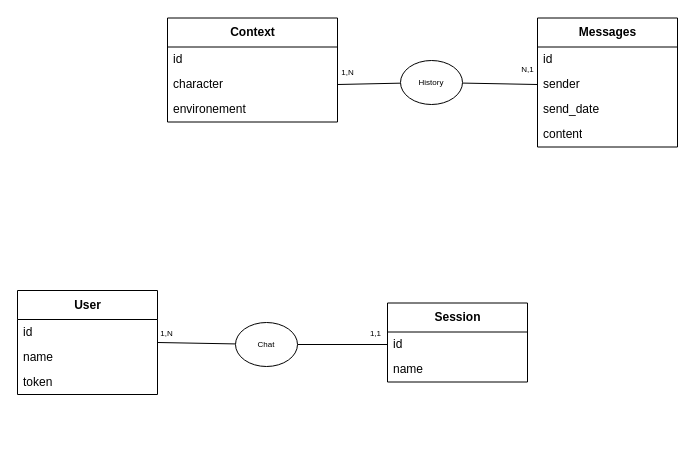
The draw.io diagram page "MCD" (4 of 4) of UseCase.drawio in TheoPasquier/Ai-Personnality-chatting, before the edit. Source tidied: cells renumbered, new cells numbered last; positions are measured from the earlier drawing's top-left corner, leaving out a move shared by most shapes. Both pictures are drawn from the tidied source at 100%, with x=0, y=0 at pixel (17, 18).
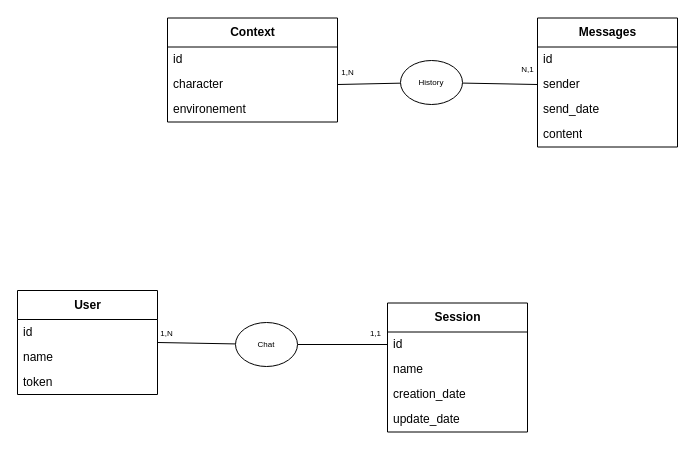
The same page after the edit.

Commit message:
Mettre à jour UseCase.drawio

What changed in the source:
```diff
@@
     <mxCell id="15" value="Session" style="swimlane;fontStyle=1;align=center;verticalAlign=middle;horizontal=1;startSize=29;html=1;" parent="1" vertex="1">
-      <mxGeometry x="370" y="284.5" width="140" height="79" as="geometry" />
+      <mxGeometry x="370" y="284.5" width="140" height="129" as="geometry" />
     </mxCell>
@@
+    <mxCell id="28" value="creation_date" style="text;html=1;strokeColor=none;fillColor=none;align=left;verticalAlign=middle;spacingLeft=4;spacingRight=4;overflow=hidden;" parent="15" vertex="1">
+      <mxGeometry y="79" width="140" height="25" as="geometry" />
+    </mxCell>
+    <mxCell id="29" value="update_date" style="text;html=1;strokeColor=none;fillColor=none;align=left;verticalAlign=middle;spacingLeft=4;spacingRight=4;overflow=hidden;" parent="15" vertex="1">
+      <mxGeometry y="104" width="140" height="25" as="geometry" />
+    </mxCell>
```
